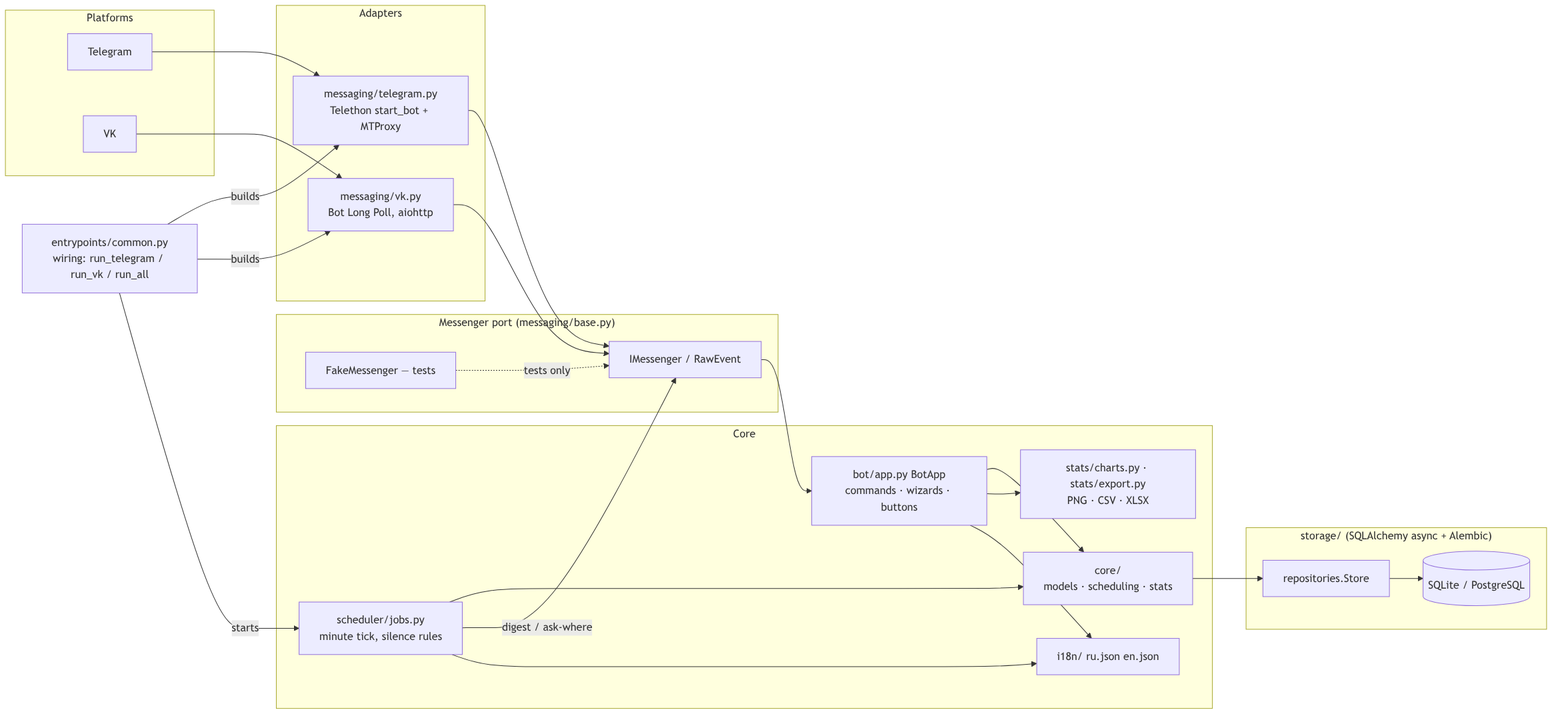
Earlier version of the Mermaid export docs/diagrams/architecture.png (edombek/taskshed). Its source is kept beside it as docs/diagrams/architecture.mmd.
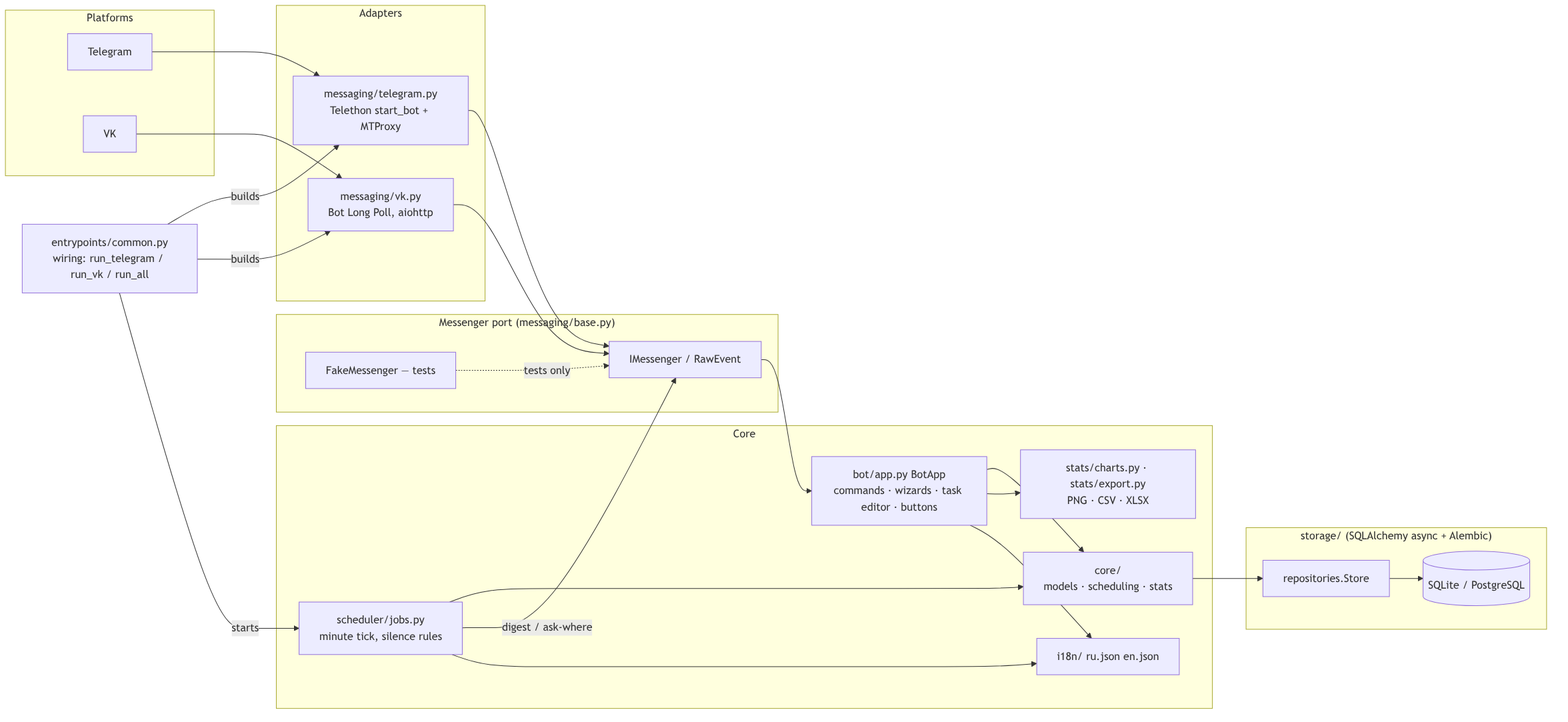
The same file after the commit.

What changed in the source:
```diff
@@ -17,7 +17,7 @@
     end
 
     subgraph Core
-        H[bot/app.py BotApp<br/>commands · wizards · buttons]
+        H[bot/app.py BotApp<br/>commands · wizards · task editor · buttons]
         C[core/<br/>models · scheduling · stats]
         S[scheduler/jobs.py<br/>minute tick, silence rules]
         ST[stats/charts.py · stats/export.py<br/>PNG · CSV · XLSX]
```
